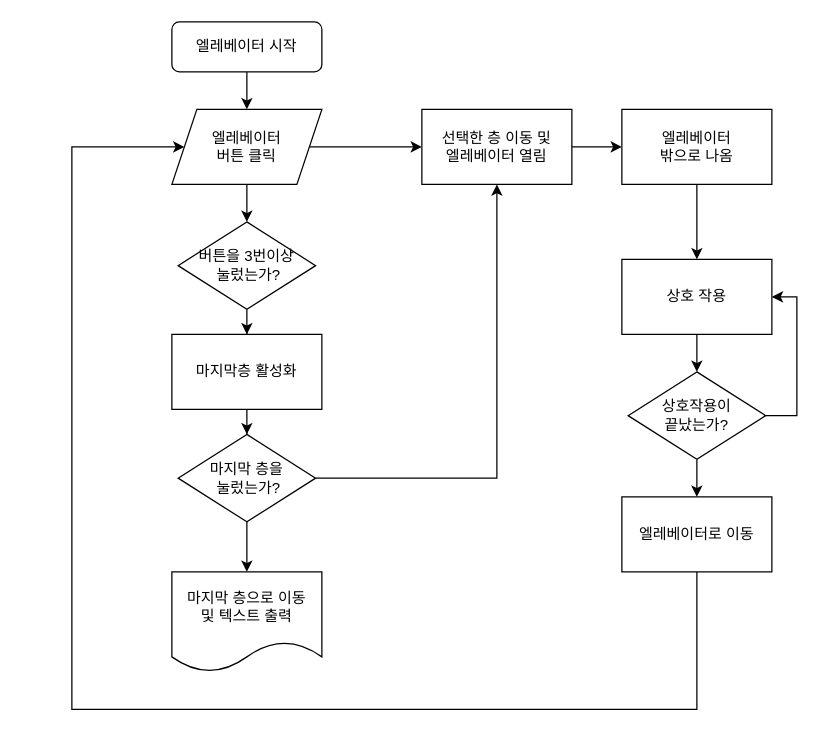
gusdn6763/108 keeps this draw.io diagram as Assets/Untitled Diagram.drawio. Above is the earlier version. Source tidied: cells renumbered, new cells numbered last; positions are measured from the earlier drawing's top-left corner, leaving out a move shared by most shapes. Both pictures are drawn from the tidied source at 125%, with x=0, y=0 at pixel (71, 21).
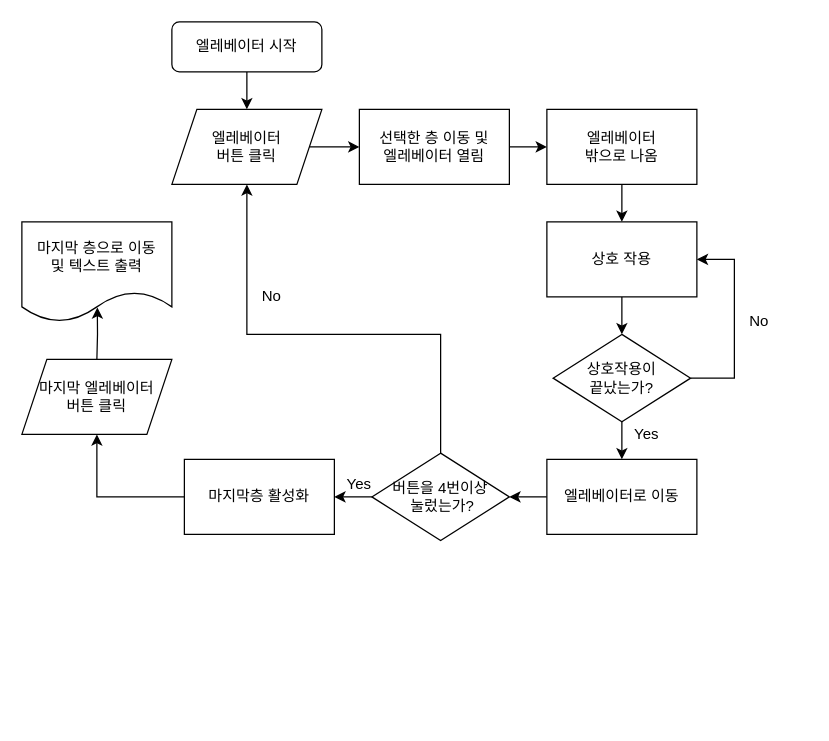
The same diagram, later.

The change refers to these unchanged cells:
```xml
<mxCell id="6" value="엘레베이터 &lt;br&gt;버튼 클릭" style="shape=parallelogram;perimeter=parallelogramPerimeter;whiteSpace=wrap;html=1;fixedSize=1;" parent="1" vertex="1">
  <mxGeometry x="80" y="70" width="120" height="60" as="geometry" />
</mxCell>
```

Change to the diagram source:
```diff
@@
-    <mxCell id="4" style="edgeStyle=orthogonalEdgeStyle;rounded=0;jettySize=auto;html=1;entryX=0.5;entryY=0;entryDx=0;entryDy=0;" parent="1" edge="1" source="6" target="19">
-      <mxGeometry relative="1" as="geometry" />
-    </mxCell>
@@
     <mxCell id="8" value="선택한 층 이동 및&lt;br&gt;엘레베이터 열림" style="rounded=0;whiteSpace=wrap;html=1;" parent="1" vertex="1">
-      <mxGeometry x="280" y="70" width="120" height="60" as="geometry" />
+      <mxGeometry x="230" y="70" width="120" height="60" as="geometry" />
     </mxCell>
@@
     <mxCell id="10" value="상호 작용" style="rounded=0;whiteSpace=wrap;html=1;" parent="1" vertex="1">
-      <mxGeometry x="440" y="190" width="120" height="60" as="geometry" />
+      <mxGeometry x="380" y="160" width="120" height="60" as="geometry" />
     </mxCell>
@@
     <mxCell id="12" style="edgeStyle=orthogonalEdgeStyle;rounded=0;jettySize=auto;html=1;entryX=1;entryY=0.5;entryDx=0;entryDy=0;" parent="1" edge="1" source="13" target="10">
       <mxGeometry relative="1" as="geometry">
         <Array as="points">
-          <mxPoint x="580" y="315" />
-          <mxPoint x="580" y="220" />
+          <mxPoint x="530" y="285" />
+          <mxPoint x="530" y="190" />
         </Array>
       </mxGeometry>
     </mxCell>
     <mxCell id="13" value="상호작용이&lt;br&gt;끝났는가?" style="rhombus;whiteSpace=wrap;html=1;" parent="1" vertex="1">
-      <mxGeometry x="445" y="280" width="110" height="70" as="geometry" />
+      <mxGeometry x="385" y="250" width="110" height="70" as="geometry" />
     </mxCell>
@@
     <mxCell id="15" value="엘레베이터 &lt;br&gt;밖으로 나옴" style="rounded=0;whiteSpace=wrap;html=1;" parent="1" vertex="1">
-      <mxGeometry x="440" y="70" width="120" height="60" as="geometry" />
+      <mxGeometry x="380" y="70" width="120" height="60" as="geometry" />
     </mxCell>
-    <mxCell id="16" style="edgeStyle=orthogonalEdgeStyle;rounded=0;jettySize=auto;html=1;entryX=0;entryY=0.5;entryDx=0;entryDy=0;" parent="1" edge="1" source="17" target="6">
-      <mxGeometry relative="1" as="geometry">
-        <Array as="points">
-          <mxPoint x="500" y="550" />
-          <mxPoint y="550" />
-          <mxPoint y="100" />
-        </Array>
-      </mxGeometry>
-    </mxCell>
+    <mxCell id="26" style="edgeStyle=orthogonalEdgeStyle;rounded=0;jettySize=auto;html=1;entryX=1;entryY=0.5;entryDx=0;entryDy=0;" parent="1" edge="1" source="17" target="19">
+      <mxGeometry relative="1" as="geometry" />
+    </mxCell>
     <mxCell id="17" value="엘레베이터로 이동" style="rounded=0;whiteSpace=wrap;html=1;" parent="1" vertex="1">
-      <mxGeometry x="440" y="380" width="120" height="60" as="geometry" />
+      <mxGeometry x="380" y="350" width="120" height="60" as="geometry" />
     </mxCell>
-    <mxCell id="18" style="edgeStyle=orthogonalEdgeStyle;rounded=0;jettySize=auto;html=1;entryX=0.5;entryY=0;entryDx=0;entryDy=0;" parent="1" edge="1" source="19" target="25">
+    <mxCell id="18" style="edgeStyle=orthogonalEdgeStyle;rounded=0;jettySize=auto;html=1;entryX=1;entryY=0.5;entryDx=0;entryDy=0;" parent="1" edge="1" source="19" target="25">
       <mxGeometry relative="1" as="geometry" />
     </mxCell>
+    <mxCell id="27" style="edgeStyle=orthogonalEdgeStyle;rounded=0;jettySize=auto;html=1;exitX=0.5;exitY=0;exitDx=0;exitDy=0;" parent="1" edge="1" source="19">
+      <mxGeometry relative="1" as="geometry">
+        <mxPoint x="140" y="130" as="targetPoint" />
+        <Array as="points">
+          <mxPoint x="295" y="250" />
+          <mxPoint x="140" y="250" />
+        </Array>
+      </mxGeometry>
+    </mxCell>
-    <mxCell id="19" value="버튼을 3번이상&lt;br&gt;&amp;nbsp;눌렀는가?" style="rhombus;whiteSpace=wrap;html=1;" parent="1" vertex="1">
-      <mxGeometry x="85" y="160" width="110" height="70" as="geometry" />
+    <mxCell id="19" value="버튼을 4번이상&lt;br&gt;&amp;nbsp;눌렀는가?" style="rhombus;whiteSpace=wrap;html=1;" parent="1" vertex="1">
+      <mxGeometry x="240" y="345" width="110" height="70" as="geometry" />
     </mxCell>
-    <mxCell id="20" style="edgeStyle=orthogonalEdgeStyle;rounded=0;jettySize=auto;html=1;entryX=0.5;entryY=0;entryDx=0;entryDy=0;" parent="1" edge="1" source="22" target="23">
-      <mxGeometry relative="1" as="geometry" />
-    </mxCell>
-    <mxCell id="21" style="edgeStyle=orthogonalEdgeStyle;rounded=0;jettySize=auto;html=1;entryX=0.5;entryY=1;entryDx=0;entryDy=0;" parent="1" edge="1" source="22" target="8">
-      <mxGeometry relative="1" as="geometry" />
-    </mxCell>
-    <mxCell id="22" value="마지막 층을&lt;br&gt;&amp;nbsp;눌렀는가?" style="rhombus;whiteSpace=wrap;html=1;" parent="1" vertex="1">
-      <mxGeometry x="85" y="330" width="110" height="70" as="geometry" />
-    </mxCell>
+    <mxCell id="28" style="edgeStyle=orthogonalEdgeStyle;rounded=0;jettySize=auto;html=1;entryX=0.503;entryY=0.856;entryDx=0;entryDy=0;entryPerimeter=0;" parent="1" edge="1" target="23">
+      <mxGeometry relative="1" as="geometry">
+        <mxPoint x="20" y="270" as="sourcePoint" />
+      </mxGeometry>
+    </mxCell>
     <mxCell id="23" value="마지막 층으로 이동&lt;br&gt;및 텍스트 출력" style="shape=document;whiteSpace=wrap;html=1;boundedLbl=1;" parent="1" vertex="1">
-      <mxGeometry x="80" y="440" width="120" height="80" as="geometry" />
+      <mxGeometry x="-40" y="160" width="120" height="80" as="geometry" />
     </mxCell>
-    <mxCell id="24" style="edgeStyle=orthogonalEdgeStyle;rounded=0;jettySize=auto;html=1;" parent="1" edge="1" source="25" target="22">
+    <mxCell id="24" style="edgeStyle=orthogonalEdgeStyle;rounded=0;jettySize=auto;html=1;entryX=0.5;entryY=1;entryDx=0;entryDy=0;" parent="1" edge="1" source="25" target="33">
       <mxGeometry relative="1" as="geometry" />
     </mxCell>
     <mxCell id="25" value="마지막층 활성화" style="rounded=0;whiteSpace=wrap;html=1;" parent="1" vertex="1">
-      <mxGeometry x="80" y="250" width="120" height="60" as="geometry" />
+      <mxGeometry x="90" y="350" width="120" height="60" as="geometry" />
     </mxCell>
+    <mxCell id="29" value="Yes" style="text;html=1;strokeColor=none;fillColor=none;align=center;verticalAlign=middle;whiteSpace=wrap;rounded=0;" parent="1" vertex="1">
+      <mxGeometry x="210" y="360" width="40" height="20" as="geometry" />
+    </mxCell>
+    <mxCell id="30" value="No" style="text;html=1;strokeColor=none;fillColor=none;align=center;verticalAlign=middle;whiteSpace=wrap;rounded=0;" parent="1" vertex="1">
+      <mxGeometry x="530" y="230" width="40" height="20" as="geometry" />
+    </mxCell>
+    <mxCell id="31" value="Yes" style="text;html=1;strokeColor=none;fillColor=none;align=center;verticalAlign=middle;whiteSpace=wrap;rounded=0;" parent="1" vertex="1">
+      <mxGeometry x="440" y="320" width="40" height="20" as="geometry" />
+    </mxCell>
+    <mxCell id="32" value="No" style="text;html=1;strokeColor=none;fillColor=none;align=center;verticalAlign=middle;whiteSpace=wrap;rounded=0;" parent="1" vertex="1">
+      <mxGeometry x="140" y="210" width="40" height="20" as="geometry" />
+    </mxCell>
+    <mxCell id="33" value="마지막 엘레베이터 &lt;br&gt;버튼 클릭" style="shape=parallelogram;perimeter=parallelogramPerimeter;whiteSpace=wrap;html=1;fixedSize=1;" parent="1" vertex="1">
+      <mxGeometry x="-40" y="270" width="120" height="60" as="geometry" />
+    </mxCell>
```
